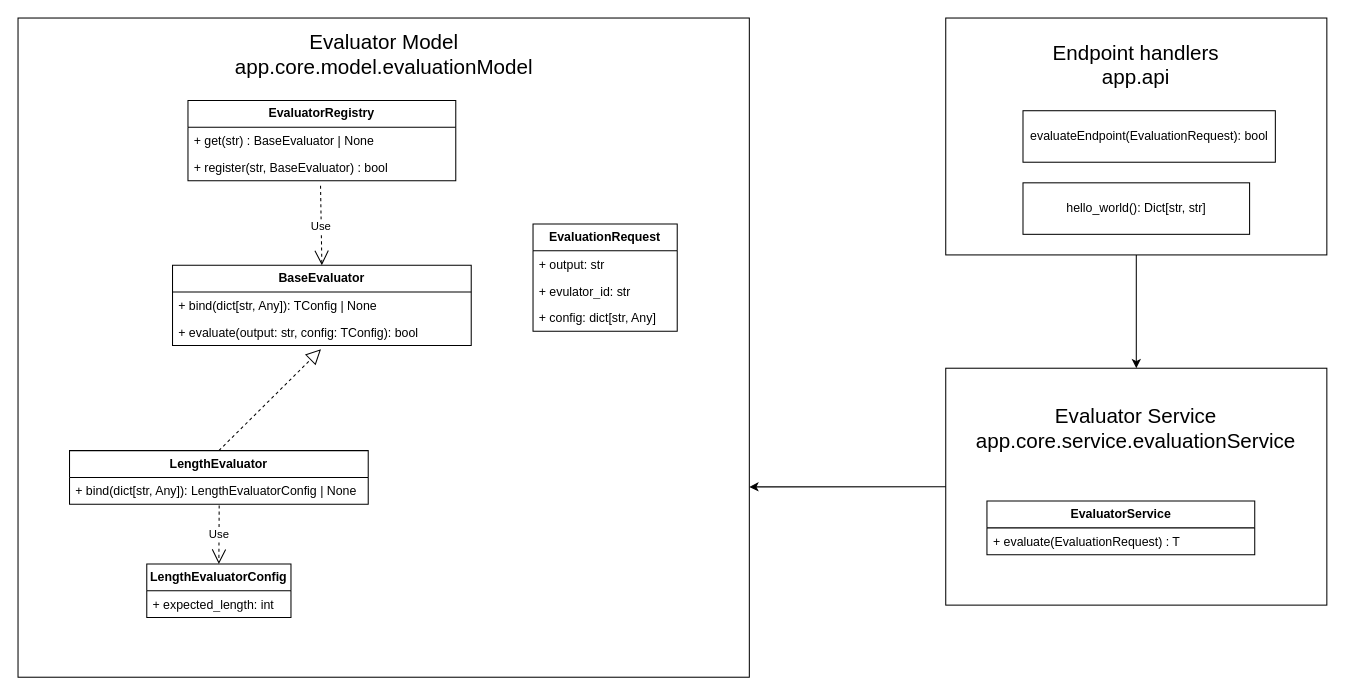
Earlier version of the draw.io diagram docs/diagrams/component.drawio (ITU-AKA-syv-ai/Workflow-evaluation). Source tidied: cells renumbered, new cells numbered last; positions are measured from the earlier drawing's top-left corner, leaving out a move shared by most shapes. Both pictures are drawn from the tidied source at 103%, with x=0, y=0 at pixel (18, 18).
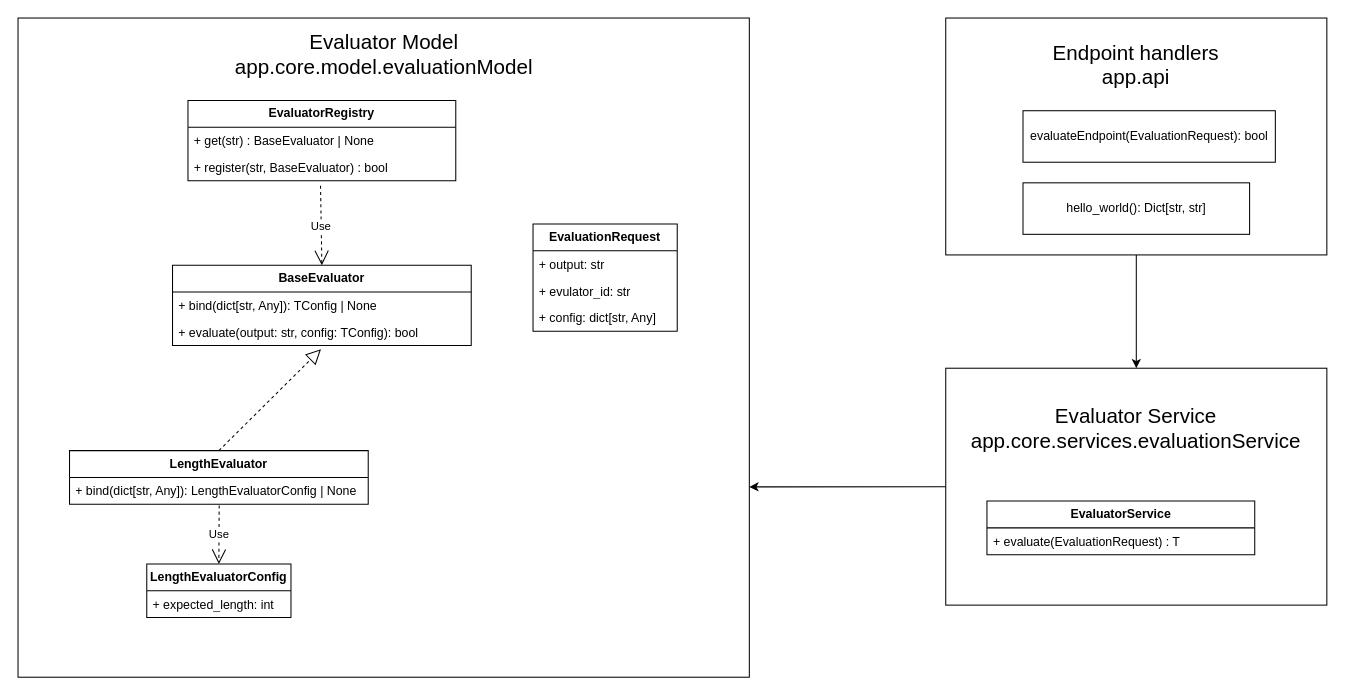
The same diagram, later.

Commit message (it also covers changes not shown here):
Correct spelling of services module

Diff of the diagram source:
```diff
@@
-    <mxCell id="21" value="&lt;font style=&quot;font-size: 20px;&quot;&gt;Evaluator Service app.core.service.evaluationService&lt;/font&gt;" style="text;html=1;whiteSpace=wrap;strokeColor=none;fillColor=none;align=center;verticalAlign=middle;rounded=0;" parent="1" vertex="1">
+    <mxCell id="21" value="&lt;font style=&quot;font-size: 20px;&quot;&gt;Evaluator Service app.core.services.evaluationService&lt;/font&gt;" style="text;html=1;whiteSpace=wrap;strokeColor=none;fillColor=none;align=center;verticalAlign=middle;rounded=0;" parent="1" vertex="1">
       <mxGeometry x="958.2" y="383" width="255" height="30" as="geometry" />
     </mxCell>
```
